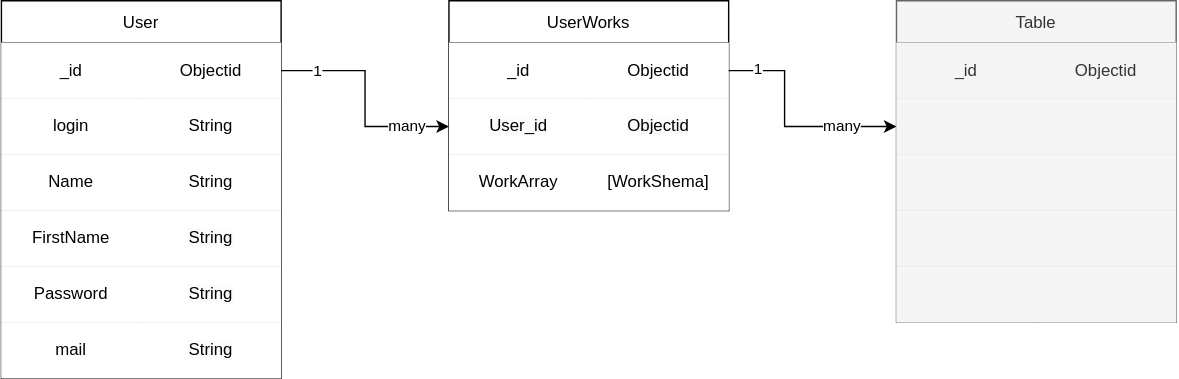
Before: FireWeekDiagram.drawio.svg, a diagram exported from draw.io (lambehorn/FireWeek). Source tidied: cells renumbered, new cells last; positions are measured from the earlier drawing's top-left corner, leaving out a move shared by most shapes.
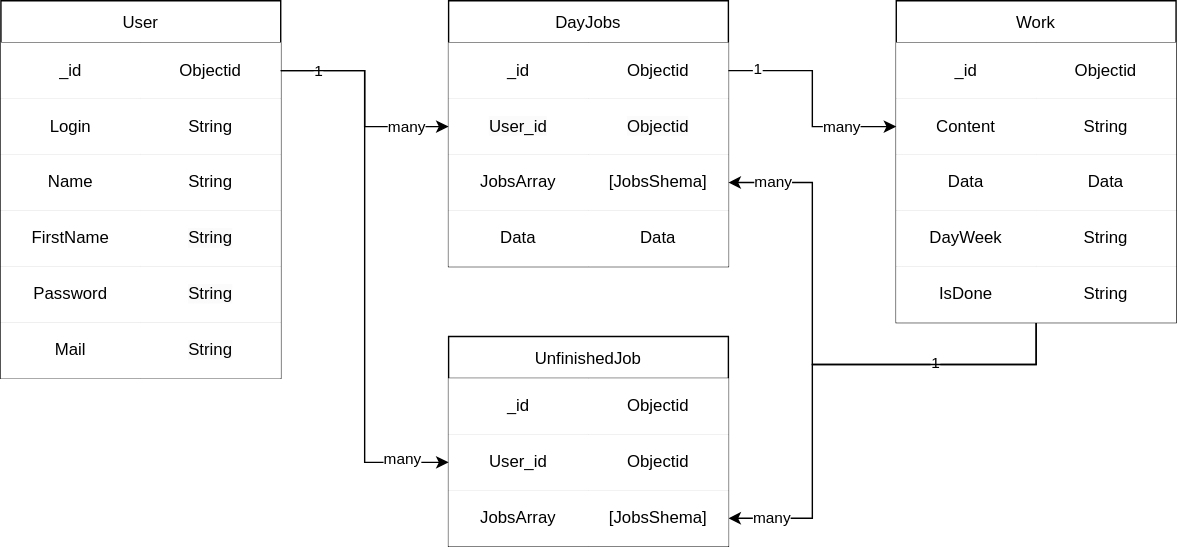
The same file after the commit.

The edit, as a diff of the source:
```diff
@@ -17,7 +17,7 @@
     <mxCell id="6" style="shape=tableRow;horizontal=0;startSize=0;swimlaneHead=0;swimlaneBody=0;top=0;left=0;bottom=0;right=0;" parent="2" vertex="1">
       <mxGeometry y="70" width="200" height="40" as="geometry" />
     </mxCell>
-    <mxCell id="7" value="login" style="shape=partialRectangle;html=1;whiteSpace=wrap;overflow=hidden;top=0;left=0;bottom=0;right=0;" parent="6" vertex="1">
+    <mxCell id="7" value="Login" style="shape=partialRectangle;html=1;whiteSpace=wrap;overflow=hidden;top=0;left=0;bottom=0;right=0;" parent="6" vertex="1">
       <mxGeometry width="100" height="40" as="geometry" />
     </mxCell>
     <mxCell id="8" value="String" style="shape=partialRectangle;html=1;whiteSpace=wrap;overflow=hidden;top=0;left=0;bottom=0;right=0;" parent="6" vertex="1">
@@ -53,14 +53,14 @@
     <mxCell id="18" style="shape=tableRow;horizontal=0;startSize=0;swimlaneHead=0;swimlaneBody=0;top=0;left=0;bottom=0;right=0;" parent="2" vertex="1">
       <mxGeometry y="230" width="200" height="40" as="geometry" />
     </mxCell>
-    <mxCell id="19" value="mail" style="shape=partialRectangle;html=1;whiteSpace=wrap;overflow=hidden;top=0;left=0;bottom=0;right=0;" parent="18" vertex="1">
+    <mxCell id="19" value="Mail" style="shape=partialRectangle;html=1;whiteSpace=wrap;overflow=hidden;top=0;left=0;bottom=0;right=0;" parent="18" vertex="1">
       <mxGeometry width="100" height="40" as="geometry" />
     </mxCell>
     <mxCell id="20" value="&lt;span style=&quot;color: rgb(0, 0, 0); font-family: Helvetica; font-size: 12px; font-style: normal; font-variant-ligatures: normal; font-variant-caps: normal; font-weight: 400; letter-spacing: normal; orphans: 2; text-align: center; text-indent: 0px; text-transform: none; widows: 2; word-spacing: 0px; -webkit-text-stroke-width: 0px; background-color: rgb(251, 251, 251); text-decoration-thickness: initial; text-decoration-style: initial; text-decoration-color: initial; float: none; display: inline !important;&quot;&gt;String&lt;/span&gt;&lt;br&gt;" style="shape=partialRectangle;html=1;whiteSpace=wrap;overflow=hidden;top=0;left=0;bottom=0;right=0;" parent="18" vertex="1">
       <mxGeometry x="100" width="100" height="40" as="geometry" />
     </mxCell>
-    <mxCell id="21" value="UserWorks" style="shape=table;startSize=30;" parent="1" vertex="1">
-      <mxGeometry x="320" width="200" height="150" as="geometry" />
+    <mxCell id="21" value="DayJobs" style="shape=table;startSize=30;" parent="1" vertex="1">
+      <mxGeometry x="320" width="200" height="190" as="geometry" />
     </mxCell>
     <mxCell id="22" style="shape=tableRow;horizontal=0;startSize=0;swimlaneHead=0;swimlaneBody=0;top=0;left=0;bottom=0;right=0;points=[[0,0.5],[1,0.5]];portConstraint=eastwest;" parent="21" vertex="1">
       <mxGeometry y="30" width="200" height="40" as="geometry" />
@@ -83,12 +83,21 @@
     <mxCell id="28" style="shape=tableRow;horizontal=0;startSize=0;swimlaneHead=0;swimlaneBody=0;top=0;left=0;bottom=0;right=0;points=[[0,0.5],[1,0.5]];portConstraint=eastwest;" parent="21" vertex="1">
       <mxGeometry y="110" width="200" height="40" as="geometry" />
     </mxCell>
-    <mxCell id="29" value="WorkArray" style="shape=partialRectangle;html=1;whiteSpace=wrap;overflow=hidden;top=0;left=0;bottom=0;right=0;" parent="28" vertex="1">
+    <mxCell id="29" value="JobsArray" style="shape=partialRectangle;html=1;whiteSpace=wrap;overflow=hidden;top=0;left=0;bottom=0;right=0;" parent="28" vertex="1">
       <mxGeometry width="100" height="40" as="geometry" />
     </mxCell>
-    <mxCell id="30" value="[WorkShema]" style="shape=partialRectangle;html=1;whiteSpace=wrap;overflow=hidden;top=0;left=0;bottom=0;right=0;" parent="28" vertex="1">
+    <mxCell id="30" value="[JobsShema]" style="shape=partialRectangle;html=1;whiteSpace=wrap;overflow=hidden;top=0;left=0;bottom=0;right=0;" parent="28" vertex="1">
       <mxGeometry x="100" width="100" height="40" as="geometry" />
     </mxCell>
+    <mxCell id="53" style="shape=tableRow;horizontal=0;startSize=0;swimlaneHead=0;swimlaneBody=0;top=0;left=0;bottom=0;right=0;" parent="21" vertex="1">
+      <mxGeometry y="150" width="200" height="40" as="geometry" />
+    </mxCell>
+    <mxCell id="54" value="Data" style="shape=partialRectangle;html=1;whiteSpace=wrap;overflow=hidden;top=0;left=0;bottom=0;right=0;" parent="53" vertex="1">
+      <mxGeometry width="100" height="40" as="geometry" />
+    </mxCell>
+    <mxCell id="55" value="Data" style="shape=partialRectangle;html=1;whiteSpace=wrap;overflow=hidden;top=0;left=0;bottom=0;right=0;" parent="53" vertex="1">
+      <mxGeometry x="100" width="100" height="40" as="geometry" />
+    </mxCell>
     <mxCell id="31" style="edgeStyle=orthogonalEdgeStyle;rounded=0;jettySize=auto;html=1;" parent="1" edge="1" source="3" target="25">
       <mxGeometry relative="1" as="geometry" />
     </mxCell>
@@ -102,59 +111,86 @@
         <mxPoint x="-2" as="offset" />
       </mxGeometry>
     </mxCell>
+    <mxCell id="56" style="edgeStyle=orthogonalEdgeStyle;rounded=0;jettySize=auto;html=1;" parent="1" edge="1" source="34" target="28">
+      <mxGeometry relative="1" as="geometry">
+        <Array as="points">
+          <mxPoint x="740" y="260" />
+          <mxPoint x="580" y="260" />
+          <mxPoint x="580" y="130" />
+        </Array>
+      </mxGeometry>
+    </mxCell>
+    <mxCell id="57" value="many" style="edgeLabel;html=1;align=center;verticalAlign=middle;" parent="56" vertex="1">
+      <mxGeometry x="0.83" relative="1" as="geometry" />
+    </mxCell>
+    <mxCell id="58" value="1" style="edgeLabel;html=1;align=center;verticalAlign=middle;" parent="56" vertex="1">
+      <mxGeometry x="-0.46" y="-1" relative="1" as="geometry" />
+    </mxCell>
+    <mxCell id="59" style="edgeStyle=orthogonalEdgeStyle;rounded=0;jettySize=auto;html=1;" parent="1" edge="1" source="34" target="68">
+      <mxGeometry relative="1" as="geometry">
+        <Array as="points">
+          <mxPoint x="740" y="260" />
+          <mxPoint x="580" y="260" />
+          <mxPoint x="580" y="370" />
+        </Array>
+      </mxGeometry>
+    </mxCell>
+    <mxCell id="60" value="many" style="edgeLabel;html=1;align=center;verticalAlign=middle;" parent="59" vertex="1">
+      <mxGeometry x="0.83" relative="1" as="geometry" />
+    </mxCell>
-    <mxCell id="34" value="Table" style="shape=table;startSize=30;fillColor=#f5f5f5;fontColor=#333333;strokeColor=#666666;" parent="1" vertex="1">
+    <mxCell id="34" value="Work" style="shape=table;startSize=30;" parent="1" vertex="1">
       <mxGeometry x="640" width="200" height="230" as="geometry" />
     </mxCell>
-    <mxCell id="35" style="shape=tableRow;horizontal=0;startSize=0;swimlaneHead=0;swimlaneBody=0;strokeColor=#666666;top=0;left=0;bottom=0;right=0;fillColor=#f5f5f5;fontColor=#333333;" parent="34" vertex="1">
+    <mxCell id="35" style="shape=tableRow;horizontal=0;startSize=0;swimlaneHead=0;swimlaneBody=0;top=0;left=0;bottom=0;right=0;" parent="34" vertex="1">
       <mxGeometry y="30" width="200" height="40" as="geometry" />
     </mxCell>
-    <mxCell id="36" value="_id" style="shape=partialRectangle;html=1;whiteSpace=wrap;strokeColor=#666666;overflow=hidden;fillColor=#f5f5f5;top=0;left=0;bottom=0;right=0;fontColor=#333333;" parent="35" vertex="1">
+    <mxCell id="36" value="_id" style="shape=partialRectangle;html=1;whiteSpace=wrap;overflow=hidden;top=0;left=0;bottom=0;right=0;" parent="35" vertex="1">
       <mxGeometry width="100" height="40" as="geometry" />
     </mxCell>
-    <mxCell id="37" value="Objectid" style="shape=partialRectangle;html=1;whiteSpace=wrap;strokeColor=#666666;overflow=hidden;fillColor=#f5f5f5;top=0;left=0;bottom=0;right=0;fontColor=#333333;" parent="35" vertex="1">
+    <mxCell id="37" value="Objectid" style="shape=partialRectangle;html=1;whiteSpace=wrap;overflow=hidden;top=0;left=0;bottom=0;right=0;" parent="35" vertex="1">
       <mxGeometry x="100" width="100" height="40" as="geometry" />
     </mxCell>
-    <mxCell id="38" style="shape=tableRow;horizontal=0;startSize=0;swimlaneHead=0;swimlaneBody=0;strokeColor=#666666;top=0;left=0;bottom=0;right=0;fillColor=#f5f5f5;points=[[0,0.5],[1,0.5]];portConstraint=eastwest;fontColor=#333333;" parent="34" vertex="1">
+    <mxCell id="38" style="shape=tableRow;horizontal=0;startSize=0;swimlaneHead=0;swimlaneBody=0;top=0;left=0;bottom=0;right=0;points=[[0,0.5],[1,0.5]];portConstraint=eastwest;" parent="34" vertex="1">
       <mxGeometry y="70" width="200" height="40" as="geometry" />
     </mxCell>
-    <mxCell id="39" style="shape=partialRectangle;html=1;whiteSpace=wrap;strokeColor=#666666;overflow=hidden;fillColor=#f5f5f5;top=0;left=0;bottom=0;right=0;fontColor=#333333;" parent="38" vertex="1">
+    <mxCell id="39" value="Content" style="shape=partialRectangle;html=1;whiteSpace=wrap;overflow=hidden;top=0;left=0;bottom=0;right=0;" parent="38" vertex="1">
       <mxGeometry width="100" height="40" as="geometry" />
     </mxCell>
-    <mxCell id="40" style="shape=partialRectangle;html=1;whiteSpace=wrap;strokeColor=#666666;overflow=hidden;fillColor=#f5f5f5;top=0;left=0;bottom=0;right=0;fontColor=#333333;" parent="38" vertex="1">
+    <mxCell id="40" value="String" style="shape=partialRectangle;html=1;whiteSpace=wrap;overflow=hidden;top=0;left=0;bottom=0;right=0;" parent="38" vertex="1">
       <mxGeometry x="100" width="100" height="40" as="geometry" />
     </mxCell>
-    <mxCell id="41" style="shape=tableRow;horizontal=0;startSize=0;swimlaneHead=0;swimlaneBody=0;strokeColor=#666666;top=0;left=0;bottom=0;right=0;fillColor=#f5f5f5;fontColor=#333333;" parent="34" vertex="1">
+    <mxCell id="41" style="shape=tableRow;horizontal=0;startSize=0;swimlaneHead=0;swimlaneBody=0;top=0;left=0;bottom=0;right=0;" parent="34" vertex="1">
       <mxGeometry y="110" width="200" height="40" as="geometry" />
     </mxCell>
-    <mxCell id="42" style="shape=partialRectangle;html=1;whiteSpace=wrap;strokeColor=#666666;overflow=hidden;fillColor=#f5f5f5;top=0;left=0;bottom=0;right=0;fontColor=#333333;" parent="41" vertex="1">
+    <mxCell id="42" value="Data" style="shape=partialRectangle;html=1;whiteSpace=wrap;overflow=hidden;top=0;left=0;bottom=0;right=0;" parent="41" vertex="1">
       <mxGeometry width="100" height="40" as="geometry" />
     </mxCell>
-    <mxCell id="43" style="shape=partialRectangle;html=1;whiteSpace=wrap;strokeColor=#666666;overflow=hidden;fillColor=#f5f5f5;top=0;left=0;bottom=0;right=0;fontColor=#333333;" parent="41" vertex="1">
+    <mxCell id="43" value="Data" style="shape=partialRectangle;html=1;whiteSpace=wrap;overflow=hidden;top=0;left=0;bottom=0;right=0;" parent="41" vertex="1">
       <mxGeometry x="100" width="100" height="40" as="geometry" />
     </mxCell>
-    <mxCell id="44" style="shape=tableRow;horizontal=0;startSize=0;swimlaneHead=0;swimlaneBody=0;strokeColor=#666666;top=0;left=0;bottom=0;right=0;fillColor=#f5f5f5;fontColor=#333333;" parent="34" vertex="1">
+    <mxCell id="44" style="shape=tableRow;horizontal=0;startSize=0;swimlaneHead=0;swimlaneBody=0;top=0;left=0;bottom=0;right=0;" parent="34" vertex="1">
       <mxGeometry y="150" width="200" height="40" as="geometry" />
     </mxCell>
-    <mxCell id="45" style="shape=partialRectangle;html=1;whiteSpace=wrap;strokeColor=#666666;overflow=hidden;fillColor=#f5f5f5;top=0;left=0;bottom=0;right=0;fontColor=#333333;" parent="44" vertex="1">
+    <mxCell id="45" value="DayWeek" style="shape=partialRectangle;html=1;whiteSpace=wrap;overflow=hidden;top=0;left=0;bottom=0;right=0;" parent="44" vertex="1">
       <mxGeometry width="100" height="40" as="geometry" />
     </mxCell>
-    <mxCell id="46" style="shape=partialRectangle;html=1;whiteSpace=wrap;strokeColor=#666666;overflow=hidden;fillColor=#f5f5f5;top=0;left=0;bottom=0;right=0;fontColor=#333333;" parent="44" vertex="1">
+    <mxCell id="46" value="String" style="shape=partialRectangle;html=1;whiteSpace=wrap;overflow=hidden;top=0;left=0;bottom=0;right=0;" parent="44" vertex="1">
       <mxGeometry x="100" width="100" height="40" as="geometry" />
     </mxCell>
-    <mxCell id="47" style="shape=tableRow;horizontal=0;startSize=0;swimlaneHead=0;swimlaneBody=0;strokeColor=#666666;top=0;left=0;bottom=0;right=0;fillColor=#f5f5f5;fontColor=#333333;" parent="34" vertex="1">
+    <mxCell id="47" style="shape=tableRow;horizontal=0;startSize=0;swimlaneHead=0;swimlaneBody=0;top=0;left=0;bottom=0;right=0;" parent="34" vertex="1">
       <mxGeometry y="190" width="200" height="40" as="geometry" />
     </mxCell>
-    <mxCell id="48" style="shape=partialRectangle;html=1;whiteSpace=wrap;strokeColor=#666666;overflow=hidden;fillColor=#f5f5f5;top=0;left=0;bottom=0;right=0;fontColor=#333333;" parent="47" vertex="1">
+    <mxCell id="48" value="IsDone" style="shape=partialRectangle;html=1;whiteSpace=wrap;overflow=hidden;top=0;left=0;bottom=0;right=0;" parent="47" vertex="1">
       <mxGeometry width="100" height="40" as="geometry" />
     </mxCell>
-    <mxCell id="49" style="shape=partialRectangle;html=1;whiteSpace=wrap;strokeColor=#666666;overflow=hidden;fillColor=#f5f5f5;top=0;left=0;bottom=0;right=0;fontColor=#333333;" parent="47" vertex="1">
+    <mxCell id="49" value="String" style="shape=partialRectangle;html=1;whiteSpace=wrap;overflow=hidden;top=0;left=0;bottom=0;right=0;" parent="47" vertex="1">
       <mxGeometry x="100" width="100" height="40" as="geometry" />
     </mxCell>
     <mxCell id="50" style="edgeStyle=orthogonalEdgeStyle;rounded=0;jettySize=auto;html=1;" parent="1" edge="1" source="22" target="38">
       <mxGeometry relative="1" as="geometry">
         <Array as="points">
-          <mxPoint x="560" y="50" />
-          <mxPoint x="560" y="90" />
+          <mxPoint x="580" y="50" />
+          <mxPoint x="580" y="90" />
         </Array>
       </mxGeometry>
     </mxCell>
@@ -168,5 +204,41 @@
         <mxPoint x="12" as="offset" />
       </mxGeometry>
     </mxCell>
+    <mxCell id="61" value="UnfinishedJob" style="shape=table;startSize=30;" parent="1" vertex="1">
+      <mxGeometry x="320" y="240" width="200" height="150" as="geometry" />
+    </mxCell>
+    <mxCell id="62" style="shape=tableRow;horizontal=0;startSize=0;swimlaneHead=0;swimlaneBody=0;top=0;left=0;bottom=0;right=0;" parent="61" vertex="1">
+      <mxGeometry y="30" width="200" height="40" as="geometry" />
+    </mxCell>
+    <mxCell id="63" value="_id" style="shape=partialRectangle;html=1;whiteSpace=wrap;overflow=hidden;top=0;left=0;bottom=0;right=0;" parent="62" vertex="1">
+      <mxGeometry width="100" height="40" as="geometry" />
+    </mxCell>
+    <mxCell id="64" value="Objectid" style="shape=partialRectangle;html=1;whiteSpace=wrap;overflow=hidden;top=0;left=0;bottom=0;right=0;" parent="62" vertex="1">
+      <mxGeometry x="100" width="100" height="40" as="geometry" />
+    </mxCell>
+    <mxCell id="65" style="shape=tableRow;horizontal=0;startSize=0;swimlaneHead=0;swimlaneBody=0;top=0;left=0;bottom=0;right=0;points=[[0,0.5],[1,0.5]];portConstraint=eastwest;" parent="61" vertex="1">
+      <mxGeometry y="70" width="200" height="40" as="geometry" />
+    </mxCell>
+    <mxCell id="66" value="User_id" style="shape=partialRectangle;html=1;whiteSpace=wrap;overflow=hidden;top=0;left=0;bottom=0;right=0;" parent="65" vertex="1">
+      <mxGeometry width="100" height="40" as="geometry" />
+    </mxCell>
+    <mxCell id="67" value="Objectid" style="shape=partialRectangle;html=1;whiteSpace=wrap;overflow=hidden;top=0;left=0;bottom=0;right=0;" parent="65" vertex="1">
+      <mxGeometry x="100" width="100" height="40" as="geometry" />
+    </mxCell>
+    <mxCell id="68" style="shape=tableRow;horizontal=0;startSize=0;swimlaneHead=0;swimlaneBody=0;top=0;left=0;bottom=0;right=0;points=[[0,0.5],[1,0.5]];portConstraint=eastwest;" parent="61" vertex="1">
+      <mxGeometry y="110" width="200" height="40" as="geometry" />
+    </mxCell>
+    <mxCell id="69" value="JobsArray" style="shape=partialRectangle;html=1;whiteSpace=wrap;overflow=hidden;top=0;left=0;bottom=0;right=0;" parent="68" vertex="1">
+      <mxGeometry width="100" height="40" as="geometry" />
+    </mxCell>
+    <mxCell id="70" value="[JobsShema]" style="shape=partialRectangle;html=1;whiteSpace=wrap;overflow=hidden;top=0;left=0;bottom=0;right=0;" parent="68" vertex="1">
+      <mxGeometry x="100" width="100" height="40" as="geometry" />
+    </mxCell>
+    <mxCell id="71" style="edgeStyle=orthogonalEdgeStyle;rounded=0;jettySize=auto;html=1;" parent="1" edge="1" source="3" target="65">
+      <mxGeometry relative="1" as="geometry" />
+    </mxCell>
+    <mxCell id="72" value="many" style="edgeLabel;html=1;align=center;verticalAlign=middle;" parent="71" vertex="1">
+      <mxGeometry x="0.83" y="2" relative="1" as="geometry" />
+    </mxCell>
   </root>
 </mxGraphModel>
```
